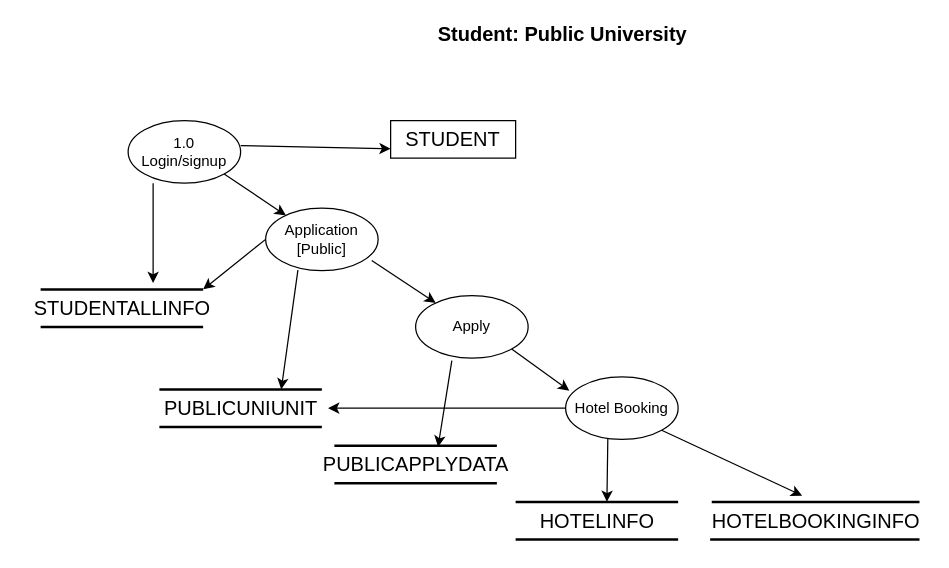
The draw.io diagram dataFlow_diagram_uas(public).drawio in SabiulSabit/UML-Diagram-For-Project, before the edit. Source tidied: cells renumbered, new cells numbered last; positions are measured from the earlier drawing's top-left corner, leaving out a move shared by most shapes. Both pictures are drawn from the tidied source at 125%, with x=0, y=0 at pixel (21, 21).
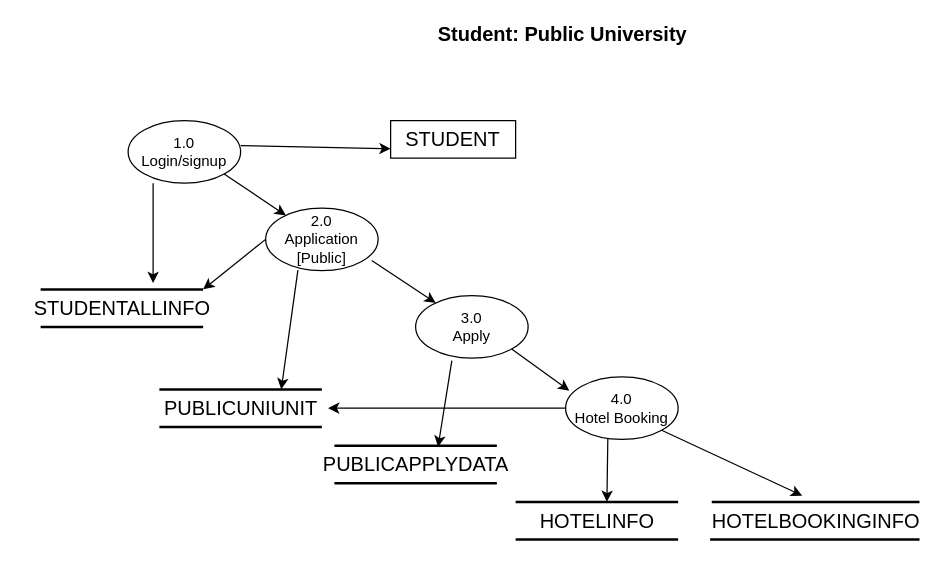
The same page after the edit.

Diff of the diagram source:
```diff
@@
-    <mxCell id="4" value="Application&lt;br&gt;[Public]" style="ellipse;whiteSpace=wrap;html=1;" parent="1" vertex="1">
+    <mxCell id="4" value="2.0&lt;br&gt;Application&lt;br&gt;[Public]" style="ellipse;whiteSpace=wrap;html=1;" parent="1" vertex="1">
       <mxGeometry x="195" y="149" width="90" height="50" as="geometry" />
     </mxCell>
@@
-    <mxCell id="6" value="Apply" style="ellipse;whiteSpace=wrap;html=1;" parent="1" vertex="1">
+    <mxCell id="6" value="3.0&lt;br&gt;Apply" style="ellipse;whiteSpace=wrap;html=1;" parent="1" vertex="1">
       <mxGeometry x="315" y="219" width="90" height="50" as="geometry" />
     </mxCell>
-    <mxCell id="7" value="Hotel Booking" style="ellipse;whiteSpace=wrap;html=1;" parent="1" vertex="1">
+    <mxCell id="7" value="4.0&lt;br&gt;Hotel Booking" style="ellipse;whiteSpace=wrap;html=1;" parent="1" vertex="1">
       <mxGeometry x="435" y="284" width="90" height="50" as="geometry" />
     </mxCell>
```
